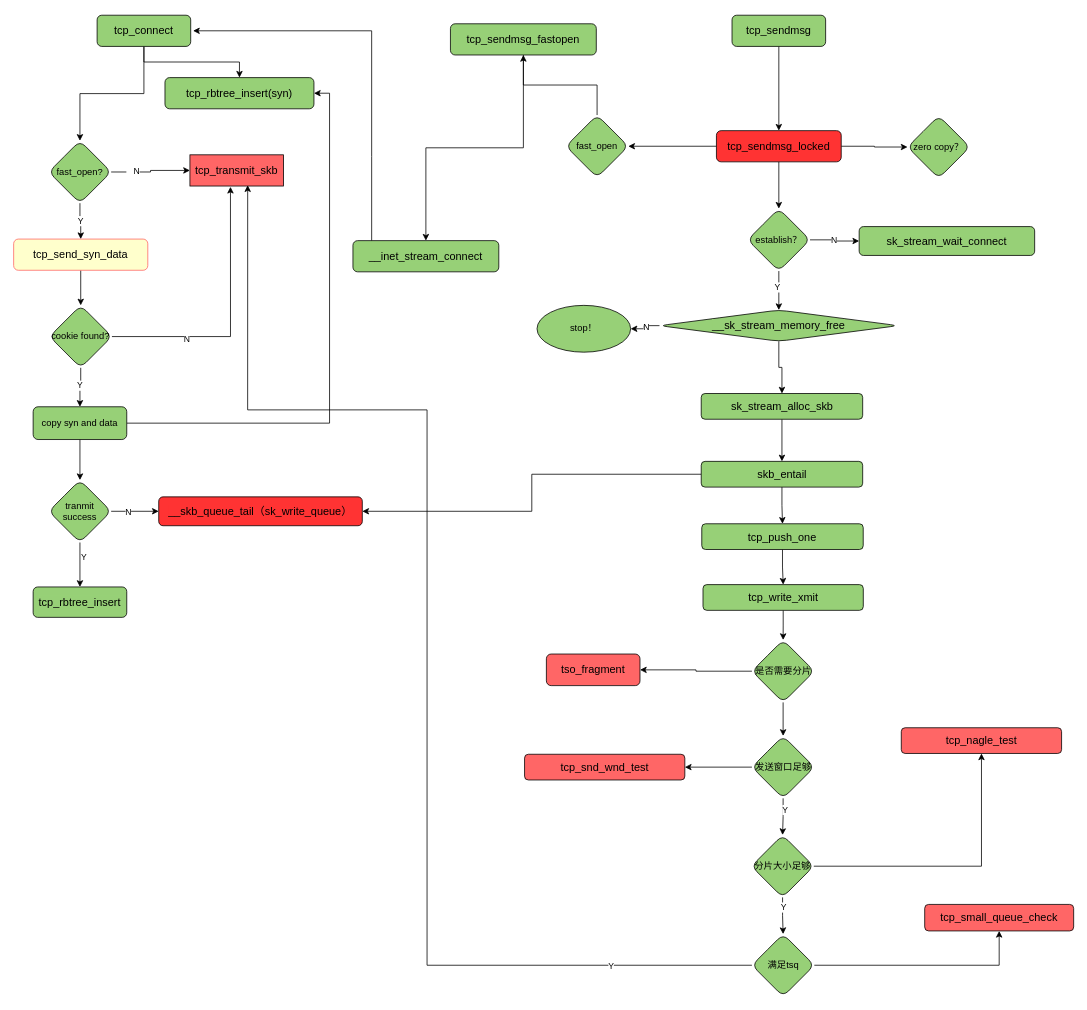
The draw.io diagram linux-kernel/tcp/tcp.drawio in byrcoder/essay, before the edit. Source tidied: cells renumbered, new cells numbered last; positions are measured from the earlier drawing's top-left corner, leaving out a move shared by most shapes. Both pictures are drawn from the tidied source at 78%, with x=0, y=0 at pixel (13, 15).
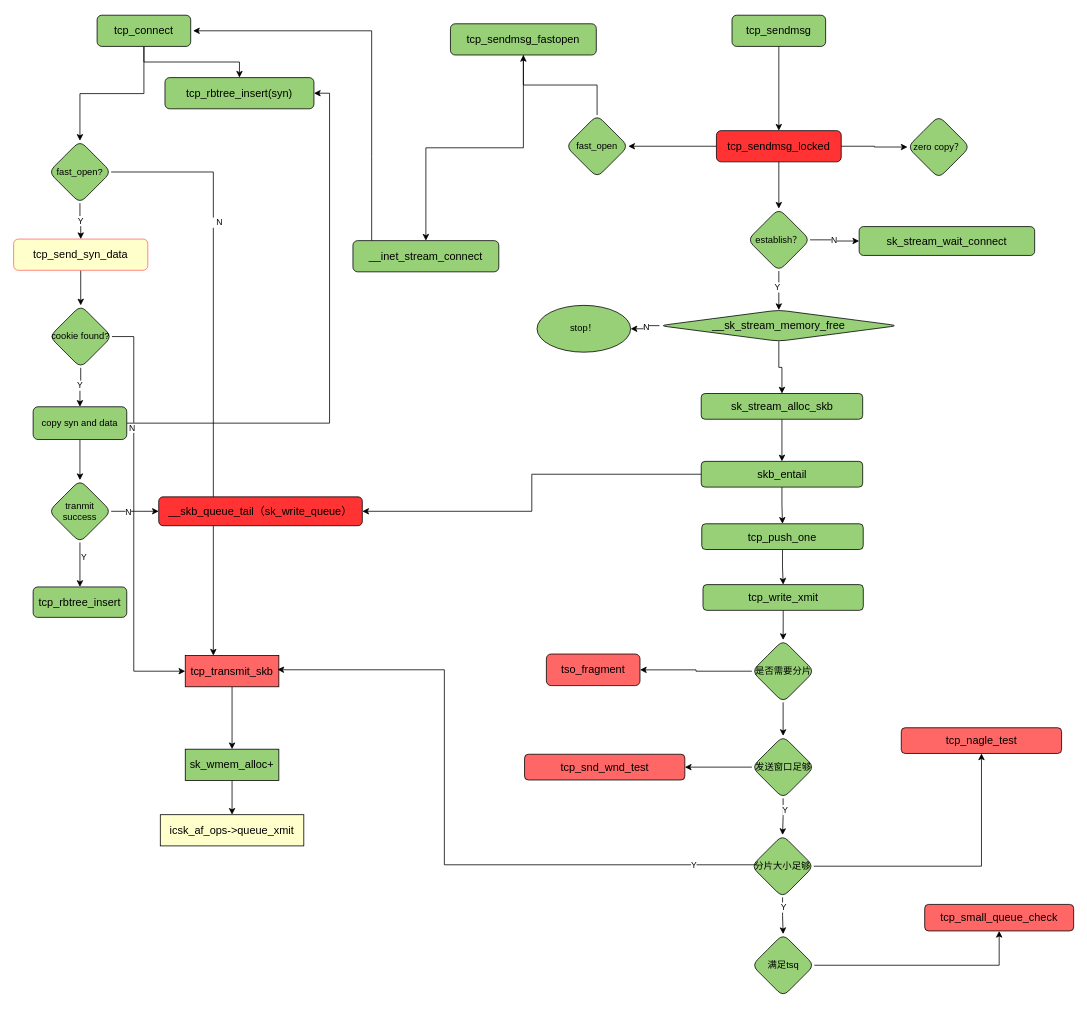
The same page after the edit.

The change refers to these unchanged cells:
```xml
<mxCell id="12" value="cookie found?" style="rhombus;whiteSpace=wrap;html=1;fillColor=#97D077;rounded=1;glass=0;strokeWidth=1;shadow=0;fontColor=#000000;" parent="1" vertex="1">
  <mxGeometry x="46" y="372" width="80" height="80" as="geometry" />
</mxCell>
<mxCell id="16" value="fast_open?" style="rhombus;whiteSpace=wrap;html=1;fillColor=#97D077;rounded=1;glass=0;strokeWidth=1;shadow=0;fontColor=#000000;" parent="1" vertex="1">
  <mxGeometry x="45" y="161" width="80" height="80" as="geometry" />
</mxCell>
<mxCell id="74" value="满足tsq" style="rhombus;whiteSpace=wrap;html=1;fillColor=#97D077;fontColor=#000000;rounded=1;glass=0;strokeWidth=1;shadow=0;" parent="1" vertex="1">
  <mxGeometry x="946.5" y="1178" width="80" height="80" as="geometry" />
</mxCell>
```

What changed in the source:
```diff
@@
+    <mxCell id="80" style="edgeStyle=orthogonalEdgeStyle;rounded=0;jettySize=auto;html=1;" parent="1" edge="1" source="5" target="82">
+      <mxGeometry relative="1" as="geometry" />
+    </mxCell>
     <mxCell id="5" value="&lt;pre style=&quot;font-family: &amp;quot;jetbrains mono&amp;quot; ; font-size: 10.5pt&quot;&gt;&lt;span style=&quot;background-color: rgb(255 , 102 , 102)&quot;&gt;tcp_transmit_skb&lt;/span&gt;&lt;/pre&gt;" style="rounded=1;whiteSpace=wrap;html=1;fontSize=12;glass=0;strokeWidth=1;shadow=0;fillColor=#FF6666;arcSize=0;fontColor=#000000;" parent="1" vertex="1">
-      <mxGeometry x="226" y="179" width="120" height="40" as="geometry" />
+      <mxGeometry x="220" y="821" width="120" height="40" as="geometry" />
     </mxCell>
@@
-    <mxCell id="8" style="edgeStyle=orthogonalEdgeStyle;rounded=0;jettySize=auto;html=1;fontColor=#000000;entryX=0.433;entryY=1.025;entryDx=0;entryDy=0;entryPerimeter=0;" parent="1" edge="1" source="12" target="5">
-      <mxGeometry relative="1" as="geometry" />
+    <mxCell id="8" style="edgeStyle=orthogonalEdgeStyle;rounded=0;jettySize=auto;html=1;fontColor=#000000;entryX=0;entryY=0.5;entryDx=0;entryDy=0;" parent="1" edge="1" source="12" target="5">
+      <mxGeometry relative="1" as="geometry">
+        <Array as="points">
+          <mxPoint x="154" y="412" />
+          <mxPoint x="154" y="841" />
+        </Array>
+      </mxGeometry>
     </mxCell>
@@
     <mxCell id="14" style="edgeStyle=orthogonalEdgeStyle;rounded=0;jettySize=auto;html=1;fontColor=#000000;" parent="1" edge="1" source="16" target="5">
-      <mxGeometry relative="1" as="geometry" />
+      <mxGeometry relative="1" as="geometry">
+        <Array as="points">
+          <mxPoint x="256" y="201" />
+        </Array>
+      </mxGeometry>
     </mxCell>
@@
-    <mxCell id="59" style="edgeStyle=orthogonalEdgeStyle;rounded=0;jettySize=auto;html=1;exitX=0;exitY=0.5;exitDx=0;exitDy=0;entryX=0.617;entryY=0.975;entryDx=0;entryDy=0;entryPerimeter=0;" parent="1" edge="1" source="74" target="5">
+    <mxCell id="59" style="edgeStyle=orthogonalEdgeStyle;rounded=0;orthogonalLoop=1;jettySize=auto;html=1;exitX=0;exitY=0.5;exitDx=0;exitDy=0;entryX=1;entryY=0.5;entryDx=0;entryDy=0;" parent="1" edge="1">
       <mxGeometry relative="1" as="geometry">
+        <mxPoint x="968.8" y="1089.2" as="sourcePoint" />
+        <mxPoint x="338.2" y="838.8" as="targetPoint" />
         <Array as="points">
-          <mxPoint x="530" y="1218" />
-          <mxPoint x="530" y="506" />
-          <mxPoint x="300" y="506" />
+          <mxPoint x="552.2" y="1089.2" />
+          <mxPoint x="552.2" y="839.2" />
+          <mxPoint x="349.2" y="839.2" />
         </Array>
       </mxGeometry>
     </mxCell>
@@
+    <mxCell id="81" style="edgeStyle=orthogonalEdgeStyle;rounded=0;jettySize=auto;html=1;fontColor=#000000;" parent="1" edge="1" source="82" target="83">
+      <mxGeometry relative="1" as="geometry" />
+    </mxCell>
+    <mxCell id="82" value="&lt;pre style=&quot;font-family: &amp;#34;jetbrains mono&amp;#34; ; font-size: 10.5pt&quot;&gt;&lt;pre style=&quot;font-family: &amp;#34;jetbrains mono&amp;#34; ; font-size: 10.5pt&quot;&gt;&lt;span style=&quot;background-color: rgb(151 , 208 , 119)&quot;&gt;sk_wmem_alloc+&lt;/span&gt;&lt;/pre&gt;&lt;/pre&gt;" style="rounded=1;whiteSpace=wrap;html=1;fontSize=12;glass=0;strokeWidth=1;shadow=0;fillColor=#97D077;arcSize=0;fontColor=#000000;" parent="1" vertex="1">
+      <mxGeometry x="220" y="941" width="120" height="40" as="geometry" />
+    </mxCell>
+    <mxCell id="83" value="&lt;pre style=&quot;font-family: &amp;#34;jetbrains mono&amp;#34; ; font-size: 10.5pt&quot;&gt;&lt;pre style=&quot;font-family: &amp;#34;jetbrains mono&amp;#34; ; font-size: 10.5pt&quot;&gt;&lt;pre style=&quot;font-family: &amp;#34;jetbrains mono&amp;#34; ; font-size: 10.5pt&quot;&gt;&lt;font style=&quot;background-color: rgb(255 , 255 , 204)&quot;&gt;icsk_af_ops-&amp;gt;queue_xmit&lt;/font&gt;&lt;/pre&gt;&lt;/pre&gt;&lt;/pre&gt;" style="rounded=1;whiteSpace=wrap;html=1;fontSize=12;glass=0;strokeWidth=1;shadow=0;fillColor=#FFFFCC;arcSize=0;fontColor=#000000;" parent="1" vertex="1">
+      <mxGeometry x="188" y="1025" width="184" height="40" as="geometry" />
+    </mxCell>
```
